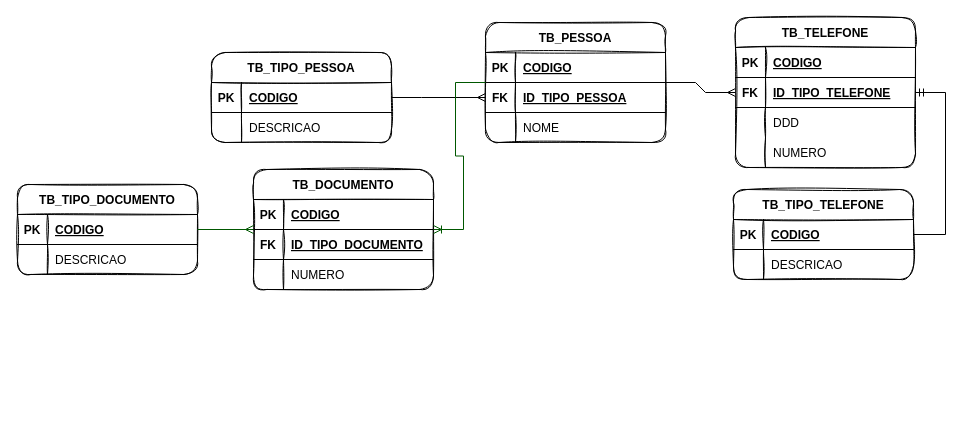
This is src/main/resources/sistemafinanceiroapi_mer.drawio from quintinodigital/sistemafinanceiroapi, a draw.io file, before an edit. Source tidied: cells renumbered, new cells numbered last; positions are measured from the earlier drawing's top-left corner, leaving out a move shared by most shapes. Both pictures are drawn from the tidied source at 100%, with x=0, y=0 at pixel (17, 17).
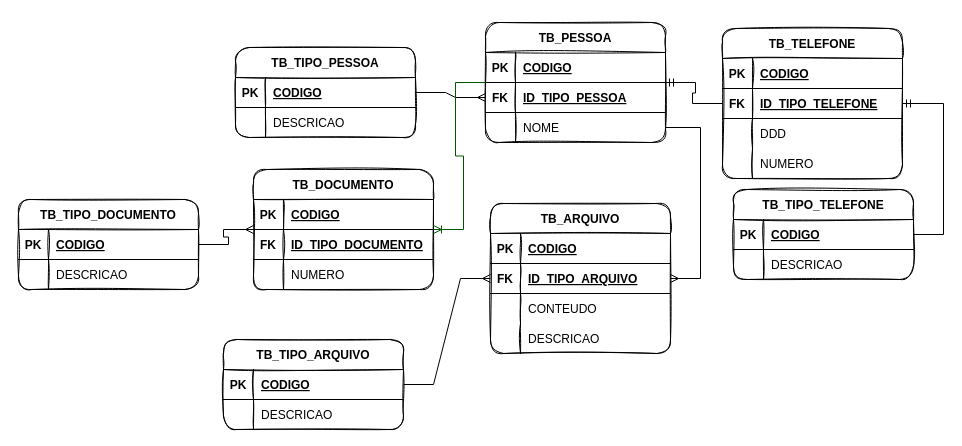
The same diagram, later.

The change refers to these unchanged cells:
```xml
<mxCell id="2" value="TB_PESSOA" style="shape=table;startSize=30;childLayout=tableLayout;rowLines=0;fontStyle=1;align=center;gradientColor=none;swimlaneFillColor=none;rounded=1;shadow=0;sketch=1;" parent="1" vertex="1">
  <mxGeometry x="468" y="5" width="180" height="120" as="geometry" />
</mxCell>
<mxCell id="9" style="shape=tableRow;horizontal=0;startSize=0;swimlaneHead=0;swimlaneBody=0;fillColor=none;points=[[0,0.5],[1,0.5]];portConstraint=eastwest;top=0;left=0;right=0;bottom=0;" parent="2" vertex="1">
  <mxGeometry y="90" width="180" height="30" as="geometry" />
</mxCell>
<mxCell id="41" value="TB_DOCUMENTO" style="shape=table;startSize=30;childLayout=tableLayout;rowLines=0;fontStyle=1;align=center;gradientColor=none;swimlaneFillColor=none;rounded=1;shadow=0;sketch=1;" parent="1" vertex="1">
  <mxGeometry x="236" y="152" width="180" height="120" as="geometry" />
</mxCell>
```

The edit, as a diff of the source:
```diff
@@
     <mxCell id="12" value="TB_TIPO_PESSOA" style="shape=table;startSize=30;childLayout=tableLayout;rowLines=0;fontStyle=1;align=center;gradientColor=none;swimlaneFillColor=none;rounded=1;shadow=0;sketch=1;" parent="1" vertex="1">
-      <mxGeometry x="194" y="35" width="180" height="90" as="geometry" />
+      <mxGeometry x="218" y="30" width="180" height="90" as="geometry" />
     </mxCell>
@@
     <mxCell id="20" value="TB_TELEFONE" style="shape=table;startSize=30;childLayout=tableLayout;rowLines=0;fontStyle=1;align=center;gradientColor=none;swimlaneFillColor=none;rounded=1;shadow=0;sketch=1;" parent="1" vertex="1">
-      <mxGeometry x="718" width="180" height="150" as="geometry" />
+      <mxGeometry x="705" y="11" width="180" height="150" as="geometry" />
     </mxCell>
@@
+    <mxCell id="61" style="edgeStyle=entityRelationEdgeStyle;fontSize=12;html=1;endArrow=ERmandOne;rounded=0;" parent="1" edge="1" source="20" target="2">
+      <mxGeometry relative="1" as="geometry" />
+    </mxCell>
@@
     <mxCell id="52" value="TB_TIPO_DOCUMENTO" style="shape=table;startSize=30;childLayout=tableLayout;rowLines=0;fontStyle=1;align=center;gradientColor=none;swimlaneFillColor=none;rounded=1;shadow=0;sketch=1;" parent="1" vertex="1">
-      <mxGeometry y="167" width="180" height="90" as="geometry" />
+      <mxGeometry x="1" y="182" width="180" height="90" as="geometry" />
     </mxCell>
@@
-    <mxCell id="59" style="edgeStyle=entityRelationEdgeStyle;fontSize=12;html=1;endArrow=ERmany;rounded=0;fillColor=#008a00;strokeColor=#005700;" parent="1" edge="1" source="52" target="41">
+    <mxCell id="59" style="edgeStyle=entityRelationEdgeStyle;fontSize=12;html=1;endArrow=ERmany;rounded=0;" parent="1" edge="1" source="52" target="41">
       <mxGeometry relative="1" as="geometry" />
     </mxCell>
-    <mxCell id="60" style="edgeStyle=entityRelationEdgeStyle;fontSize=12;html=1;endArrow=ERmany;rounded=0;" parent="1" edge="1" source="2" target="20">
-      <mxGeometry relative="1" as="geometry" />
-    </mxCell>
+    <mxCell id="62" value="TB_ARQUIVO" style="shape=table;startSize=30;childLayout=tableLayout;rowLines=0;fontStyle=1;align=center;gradientColor=none;swimlaneFillColor=none;rounded=1;shadow=0;sketch=1;" parent="1" vertex="1">
+      <mxGeometry x="473" y="186" width="180" height="150" as="geometry" />
+    </mxCell>
+    <mxCell id="63" style="shape=tableRow;horizontal=0;startSize=0;swimlaneHead=0;swimlaneBody=0;fillColor=none;top=0;left=0;right=0;bottom=1;" parent="62" vertex="1">
+      <mxGeometry y="30" width="180" height="30" as="geometry" />
+    </mxCell>
+    <mxCell id="64" value="PK" style="shape=partialRectangle;fillColor=none;top=0;left=0;bottom=0;right=0;fontStyle=1;overflow=hidden;" parent="63" vertex="1">
+      <mxGeometry width="30" height="30" as="geometry" />
+    </mxCell>
+    <mxCell id="65" value="CODIGO" style="shape=partialRectangle;fillColor=none;top=0;left=0;bottom=0;right=0;align=left;spacingLeft=6;fontStyle=5;overflow=hidden;" parent="63" vertex="1">
+      <mxGeometry x="30" width="150" height="30" as="geometry" />
+    </mxCell>
+    <mxCell id="66" style="shape=tableRow;horizontal=0;startSize=0;swimlaneHead=0;swimlaneBody=0;fillColor=none;top=0;left=0;right=0;bottom=1;" parent="62" vertex="1">
+      <mxGeometry y="60" width="180" height="30" as="geometry" />
+    </mxCell>
+    <mxCell id="67" value="FK" style="shape=partialRectangle;fillColor=none;top=0;left=0;bottom=0;right=0;fontStyle=1;overflow=hidden;" parent="66" vertex="1">
+      <mxGeometry width="30" height="30" as="geometry" />
+    </mxCell>
+    <mxCell id="68" value="ID_TIPO_ARQUIVO" style="shape=partialRectangle;fillColor=none;top=0;left=0;bottom=0;right=0;align=left;spacingLeft=6;fontStyle=5;overflow=hidden;" parent="66" vertex="1">
+      <mxGeometry x="30" width="150" height="30" as="geometry" />
+    </mxCell>
+    <mxCell id="69" style="shape=tableRow;horizontal=0;startSize=0;swimlaneHead=0;swimlaneBody=0;fillColor=none;top=0;left=0;right=0;bottom=0;" parent="62" vertex="1">
+      <mxGeometry y="90" width="180" height="30" as="geometry" />
+    </mxCell>
+    <mxCell id="70" style="shape=partialRectangle;fillColor=none;top=0;left=0;bottom=0;right=0;overflow=hidden;" parent="69" vertex="1">
+      <mxGeometry width="30" height="30" as="geometry" />
+    </mxCell>
+    <mxCell id="71" value="CONTEUDO" style="shape=partialRectangle;fillColor=none;top=0;left=0;bottom=0;right=0;align=left;spacingLeft=6;overflow=hidden;" parent="69" vertex="1">
+      <mxGeometry x="30" width="150" height="30" as="geometry" />
+    </mxCell>
+    <mxCell id="72" style="shape=tableRow;horizontal=0;startSize=0;swimlaneHead=0;swimlaneBody=0;fillColor=none;top=0;left=0;right=0;bottom=0;" parent="62" vertex="1">
+      <mxGeometry y="120" width="180" height="30" as="geometry" />
+    </mxCell>
+    <mxCell id="73" style="shape=partialRectangle;fillColor=none;top=0;left=0;bottom=0;right=0;overflow=hidden;" parent="72" vertex="1">
+      <mxGeometry width="30" height="30" as="geometry" />
+    </mxCell>
+    <mxCell id="74" value="DESCRICAO" style="shape=partialRectangle;fillColor=none;top=0;left=0;bottom=0;right=0;align=left;spacingLeft=6;overflow=hidden;" parent="72" vertex="1">
+      <mxGeometry x="30" width="150" height="30" as="geometry" />
+    </mxCell>
+    <mxCell id="75" value="TB_TIPO_ARQUIVO" style="shape=table;startSize=30;childLayout=tableLayout;rowLines=0;fontStyle=1;align=center;gradientColor=none;swimlaneFillColor=none;rounded=1;shadow=0;sketch=1;" parent="1" vertex="1">
+      <mxGeometry x="206" y="322" width="180" height="90" as="geometry" />
+    </mxCell>
+    <mxCell id="76" style="shape=tableRow;horizontal=0;startSize=0;swimlaneHead=0;swimlaneBody=0;fillColor=none;top=0;left=0;right=0;bottom=1;" parent="75" vertex="1">
+      <mxGeometry y="30" width="180" height="30" as="geometry" />
+    </mxCell>
+    <mxCell id="77" value="PK" style="shape=partialRectangle;fillColor=none;top=0;left=0;bottom=0;right=0;fontStyle=1;overflow=hidden;" parent="76" vertex="1">
+      <mxGeometry width="30" height="30" as="geometry" />
+    </mxCell>
+    <mxCell id="78" value="CODIGO" style="shape=partialRectangle;fillColor=none;top=0;left=0;bottom=0;right=0;align=left;spacingLeft=6;fontStyle=5;overflow=hidden;" parent="76" vertex="1">
+      <mxGeometry x="30" width="150" height="30" as="geometry" />
+    </mxCell>
+    <mxCell id="79" style="shape=tableRow;horizontal=0;startSize=0;swimlaneHead=0;swimlaneBody=0;fillColor=none;top=0;left=0;right=0;bottom=0;" parent="75" vertex="1">
+      <mxGeometry y="60" width="180" height="30" as="geometry" />
+    </mxCell>
+    <mxCell id="80" style="shape=partialRectangle;fillColor=none;top=0;left=0;bottom=0;right=0;overflow=hidden;" parent="79" vertex="1">
+      <mxGeometry width="30" height="30" as="geometry" />
+    </mxCell>
+    <mxCell id="81" value="DESCRICAO" style="shape=partialRectangle;fillColor=none;top=0;left=0;bottom=0;right=0;align=left;spacingLeft=6;overflow=hidden;" parent="79" vertex="1">
+      <mxGeometry x="30" width="150" height="30" as="geometry" />
+    </mxCell>
+    <mxCell id="82" style="edgeStyle=entityRelationEdgeStyle;fontSize=12;html=1;endArrow=ERmany;rounded=0;" parent="1" edge="1" source="75" target="62">
+      <mxGeometry relative="1" as="geometry" />
+    </mxCell>
+    <mxCell id="83" style="edgeStyle=entityRelationEdgeStyle;fontSize=12;html=1;endArrow=ERmany;rounded=0;" parent="1" edge="1" source="9" target="62">
+      <mxGeometry relative="1" as="geometry" />
+    </mxCell>
```
